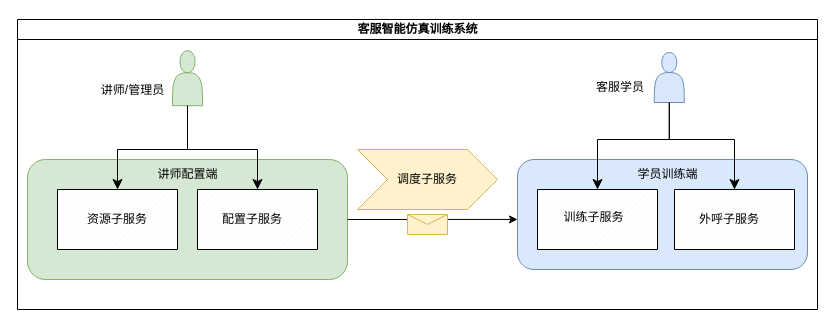
cgshao02/graduation_picture keeps this draw.io diagram as 功能图.drawio. Above is the earlier version. Source tidied: cells renumbered, new cells numbered last; positions are measured from the earlier drawing's top-left corner, leaving out a move shared by most shapes. Both pictures are drawn from the tidied source at 100%, with x=0, y=0 at pixel (17, 19).
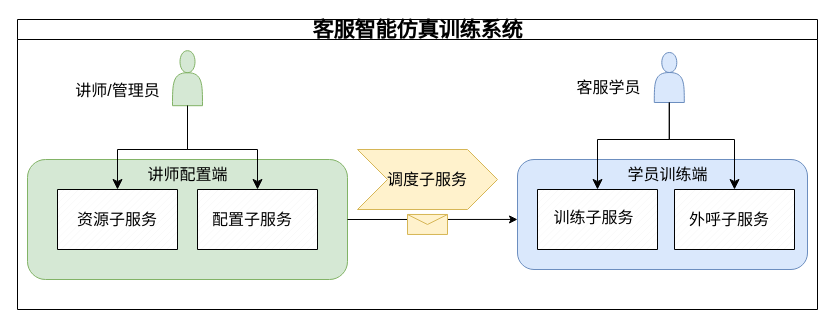
After the change.

Commit message:
更新功能图.drawio

The edit, as a diff of the source:
```diff
@@
-    <mxCell id="2" value="客服智能仿真训练系统" style="swimlane;html=1;startSize=20;horizontal=1;containerType=tree;glass=0;" parent="1" vertex="1">
+    <mxCell id="2" value="客服智能仿真训练系统" style="swimlane;html=1;startSize=20;horizontal=1;containerType=tree;glass=0;fontSize=21;" parent="1" vertex="1">
       <mxGeometry width="800" height="290" as="geometry" />
     </mxCell>
-    <mxCell id="3" style="html=1;shadow=0;dashed=0;align=center;verticalAlign=middle;shape=mxgraph.arrows2.arrow;dy=0;dx=30;notch=30;fillColor=#fff2cc;strokeColor=#d6b656;" parent="2" vertex="1">
+    <mxCell id="3" style="html=1;shadow=0;dashed=0;align=center;verticalAlign=middle;shape=mxgraph.arrows2.arrow;dy=0;dx=30;notch=30;fillColor=#fff2cc;strokeColor=#d6b656;fontSize=16;" parent="2" vertex="1">
       <mxGeometry x="340" y="130" width="140" height="60" as="geometry" />
     </mxCell>
-    <mxCell id="4" style="rounded=1;whiteSpace=wrap;html=1;fillColor=#dae8fc;strokeColor=#6c8ebf;" parent="2" vertex="1">
+    <mxCell id="4" style="rounded=1;whiteSpace=wrap;html=1;fillColor=#dae8fc;strokeColor=#6c8ebf;fontSize=16;" parent="2" vertex="1">
       <mxGeometry x="500" y="140" width="290" height="110" as="geometry" />
     </mxCell>
-    <mxCell id="5" value="调度子服务" style="text;html=1;align=center;verticalAlign=middle;whiteSpace=wrap;rounded=0;" parent="2" vertex="1">
+    <mxCell id="5" value="调度子服务" style="text;html=1;align=center;verticalAlign=middle;whiteSpace=wrap;rounded=0;fontSize=16;" parent="2" vertex="1">
       <mxGeometry x="365" y="145" width="90" height="30" as="geometry" />
     </mxCell>
-    <mxCell id="6" style="verticalLabelPosition=bottom;verticalAlign=top;html=1;shape=mxgraph.basic.patternFillRect;fillStyle=diag;step=5;fillStrokeWidth=0.2;fillStrokeColor=#dddddd;" parent="2" vertex="1">
+    <mxCell id="6" style="verticalLabelPosition=bottom;verticalAlign=top;html=1;shape=mxgraph.basic.patternFillRect;fillStyle=diag;step=5;fillStrokeWidth=0.2;fillStrokeColor=#dddddd;fontSize=16;" parent="2" vertex="1">
       <mxGeometry x="520" y="170" width="120" height="60" as="geometry" />
     </mxCell>
-    <mxCell id="7" value="训练子服务" style="text;html=1;align=center;verticalAlign=middle;whiteSpace=wrap;rounded=0;" parent="2" vertex="1">
+    <mxCell id="7" value="训练子服务" style="text;html=1;align=center;verticalAlign=middle;whiteSpace=wrap;rounded=0;fontSize=16;" parent="2" vertex="1">
       <mxGeometry x="530" y="180" width="93" height="35" as="geometry" />
     </mxCell>
-    <mxCell id="8" style="verticalLabelPosition=bottom;verticalAlign=top;html=1;shape=mxgraph.basic.patternFillRect;fillStyle=diag;step=5;fillStrokeWidth=0.2;fillStrokeColor=#dddddd;" parent="2" vertex="1">
+    <mxCell id="8" style="verticalLabelPosition=bottom;verticalAlign=top;html=1;shape=mxgraph.basic.patternFillRect;fillStyle=diag;step=5;fillStrokeWidth=0.2;fillStrokeColor=#dddddd;fontSize=16;" parent="2" vertex="1">
       <mxGeometry x="657" y="170" width="120" height="60" as="geometry" />
     </mxCell>
-    <mxCell id="9" value="外呼子服务" style="text;html=1;align=center;verticalAlign=middle;whiteSpace=wrap;rounded=0;" parent="2" vertex="1">
+    <mxCell id="9" value="外呼子服务" style="text;html=1;align=center;verticalAlign=middle;whiteSpace=wrap;rounded=0;fontSize=16;" parent="2" vertex="1">
       <mxGeometry x="667" y="185" width="90" height="30" as="geometry" />
     </mxCell>
-    <mxCell id="10" style="shape=actor;whiteSpace=wrap;html=1;fillColor=#d5e8d4;strokeColor=#82b366;" parent="2" vertex="1">
+    <mxCell id="10" style="shape=actor;whiteSpace=wrap;html=1;fillColor=#d5e8d4;strokeColor=#82b366;fontSize=16;" parent="2" vertex="1">
       <mxGeometry x="155" y="31.2" width="30" height="55" as="geometry" />
     </mxCell>
-    <mxCell id="11" style="shape=actor;whiteSpace=wrap;html=1;fillColor=#dae8fc;strokeColor=#6c8ebf;" parent="2" vertex="1">
+    <mxCell id="11" style="shape=actor;whiteSpace=wrap;html=1;fillColor=#dae8fc;strokeColor=#6c8ebf;fontSize=16;" parent="2" vertex="1">
       <mxGeometry x="636.8" y="33" width="30" height="50" as="geometry" />
     </mxCell>
-    <mxCell id="12" value="学员训练端" style="text;html=1;align=center;verticalAlign=middle;strokeColor=none;fillColor=none;" parent="2" vertex="1">
-      <mxGeometry x="610" y="140" width="80" height="30" as="geometry" />
+    <mxCell id="12" value="学员训练端" style="text;html=1;align=center;verticalAlign=middle;strokeColor=none;fillColor=none;fontSize=16;" parent="2" vertex="1">
+      <mxGeometry x="600" y="140" width="100" height="30" as="geometry" />
     </mxCell>
-    <mxCell id="13" style="rounded=1;whiteSpace=wrap;html=1;fillColor=#d5e8d4;strokeColor=#82b366;" parent="2" vertex="1">
+    <mxCell id="13" style="rounded=1;whiteSpace=wrap;html=1;fillColor=#d5e8d4;strokeColor=#82b366;fontSize=16;" parent="2" vertex="1">
       <mxGeometry x="10" y="140" width="320" height="120" as="geometry" />
     </mxCell>
-    <mxCell id="14" style="verticalLabelPosition=bottom;verticalAlign=top;html=1;shape=mxgraph.basic.patternFillRect;fillStyle=diag;step=5;fillStrokeWidth=0.2;fillStrokeColor=#dddddd;" parent="2" vertex="1">
+    <mxCell id="14" style="verticalLabelPosition=bottom;verticalAlign=top;html=1;shape=mxgraph.basic.patternFillRect;fillStyle=diag;step=5;fillStrokeWidth=0.2;fillStrokeColor=#dddddd;fontSize=16;" parent="2" vertex="1">
       <mxGeometry x="40" y="170" width="120" height="60" as="geometry" />
     </mxCell>
-    <mxCell id="15" value="资源子服务" style="text;html=1;align=center;verticalAlign=middle;whiteSpace=wrap;rounded=0;" parent="2" vertex="1">
+    <mxCell id="15" value="资源子服务" style="text;html=1;align=center;verticalAlign=middle;whiteSpace=wrap;rounded=0;fontSize=16;" parent="2" vertex="1">
       <mxGeometry x="55" y="185" width="90" height="30" as="geometry" />
     </mxCell>
-    <mxCell id="16" style="verticalLabelPosition=bottom;verticalAlign=top;html=1;shape=mxgraph.basic.patternFillRect;fillStyle=diag;step=5;fillStrokeWidth=0.2;fillStrokeColor=#dddddd;" parent="2" vertex="1">
+    <mxCell id="16" style="verticalLabelPosition=bottom;verticalAlign=top;html=1;shape=mxgraph.basic.patternFillRect;fillStyle=diag;step=5;fillStrokeWidth=0.2;fillStrokeColor=#dddddd;fontSize=16;" parent="2" vertex="1">
       <mxGeometry x="180" y="170" width="120" height="60" as="geometry" />
     </mxCell>
-    <mxCell id="17" value="配置子服务" style="text;html=1;align=center;verticalAlign=middle;whiteSpace=wrap;rounded=0;" parent="2" vertex="1">
+    <mxCell id="17" value="配置子服务" style="text;html=1;align=center;verticalAlign=middle;whiteSpace=wrap;rounded=0;fontSize=16;" parent="2" vertex="1">
       <mxGeometry x="190" y="185" width="90" height="30" as="geometry" />
     </mxCell>
-    <mxCell id="18" value="讲师配置端" style="text;html=1;align=center;verticalAlign=middle;strokeColor=none;fillColor=none;" parent="2" vertex="1">
-      <mxGeometry x="130" y="140" width="80" height="30" as="geometry" />
+    <mxCell id="18" value="讲师配置端" style="text;html=1;align=center;verticalAlign=middle;strokeColor=none;fillColor=none;fontSize=16;" parent="2" vertex="1">
+      <mxGeometry x="120" y="140" width="100" height="30" as="geometry" />
     </mxCell>
-    <mxCell id="19" value="客服学员" style="text;html=1;align=center;verticalAlign=middle;whiteSpace=wrap;rounded=0;" parent="2" vertex="1">
-      <mxGeometry x="573.2" y="53" width="60" height="30" as="geometry" />
+    <mxCell id="19" value="客服学员" style="text;html=1;align=center;verticalAlign=middle;whiteSpace=wrap;rounded=0;fontSize=16;" parent="2" vertex="1">
+      <mxGeometry x="550" y="53" width="83.2" height="30" as="geometry" />
     </mxCell>
-    <mxCell id="20" style="endArrow=classic;html=1;rounded=0;exitX=1;exitY=0.5;exitDx=0;exitDy=0;entryX=0;entryY=0.545;entryDx=0;entryDy=0;entryPerimeter=0;" parent="2" edge="1" source="13" target="4">
+    <mxCell id="20" style="endArrow=classic;html=1;rounded=0;exitX=1;exitY=0.5;exitDx=0;exitDy=0;entryX=0;entryY=0.545;entryDx=0;entryDy=0;entryPerimeter=0;fontSize=16;" parent="2" edge="1" source="13" target="4">
       <mxGeometry relative="1" as="geometry" />
     </mxCell>
-    <mxCell id="21" style="shape=message;html=1;fillColor=#fff2cc;strokeColor=#d6b656;" parent="20" vertex="1">
+    <mxCell id="21" style="shape=message;html=1;fillColor=#fff2cc;strokeColor=#d6b656;fontSize=16;" parent="20" vertex="1">
       <mxGeometry width="40" height="20" relative="1" as="geometry">
         <mxPoint x="-25" y="-5" as="offset" />
       </mxGeometry>
     </mxCell>
-    <mxCell id="22" value="讲师/管理员" style="text;html=1;align=center;verticalAlign=middle;strokeColor=none;fillColor=none;" parent="2" vertex="1">
-      <mxGeometry x="70" y="56.2" width="90" height="30" as="geometry" />
+    <mxCell id="22" value="讲师/管理员" style="text;html=1;align=center;verticalAlign=middle;strokeColor=none;fillColor=none;fontSize=16;" parent="2" vertex="1">
+      <mxGeometry x="45" y="56.2" width="110" height="30" as="geometry" />
     </mxCell>
-    <mxCell id="23" style="edgeStyle=segmentEdgeStyle;endArrow=classic;html=1;curved=0;rounded=0;endSize=8;startSize=8;exitX=0.5;exitY=1;exitDx=0;exitDy=0;entryX=0.5;entryY=0;entryDx=0;entryDy=0;entryPerimeter=0;" parent="2" edge="1" source="10" target="16">
+    <mxCell id="23" style="edgeStyle=segmentEdgeStyle;endArrow=classic;html=1;curved=0;rounded=0;endSize=8;startSize=8;exitX=0.5;exitY=1;exitDx=0;exitDy=0;entryX=0.5;entryY=0;entryDx=0;entryDy=0;entryPerimeter=0;fontSize=16;" parent="2" edge="1" source="10" target="16">
       <mxGeometry relative="1" as="geometry">
         <Array as="points">
           <mxPoint x="170" y="130" />
           <mxPoint x="240" y="130" />
         </Array>
       </mxGeometry>
     </mxCell>
-    <mxCell id="24" style="edgeStyle=elbowEdgeStyle;elbow=vertical;endArrow=classic;html=1;curved=0;rounded=0;endSize=8;startSize=8;exitX=0.5;exitY=1;exitDx=0;exitDy=0;entryX=0.5;entryY=0;entryDx=0;entryDy=0;entryPerimeter=0;" parent="2" edge="1" source="10" target="14">
+    <mxCell id="24" style="edgeStyle=elbowEdgeStyle;elbow=vertical;endArrow=classic;html=1;curved=0;rounded=0;endSize=8;startSize=8;exitX=0.5;exitY=1;exitDx=0;exitDy=0;entryX=0.5;entryY=0;entryDx=0;entryDy=0;entryPerimeter=0;fontSize=16;" parent="2" edge="1" source="10" target="14">
       <mxGeometry relative="1" as="geometry">
         <Array as="points">
           <mxPoint x="130" y="130" />
         </Array>
       </mxGeometry>
     </mxCell>
-    <mxCell id="25" style="edgeStyle=segmentEdgeStyle;endArrow=classic;html=1;curved=0;rounded=0;endSize=8;startSize=8;exitX=0.5;exitY=1;exitDx=0;exitDy=0;entryX=0.5;entryY=0;entryDx=0;entryDy=0;entryPerimeter=0;" parent="2" edge="1" source="11" target="8">
+    <mxCell id="25" style="edgeStyle=segmentEdgeStyle;endArrow=classic;html=1;curved=0;rounded=0;endSize=8;startSize=8;exitX=0.5;exitY=1;exitDx=0;exitDy=0;entryX=0.5;entryY=0;entryDx=0;entryDy=0;entryPerimeter=0;fontSize=16;" parent="2" edge="1" source="11" target="8">
       <mxGeometry relative="1" as="geometry">
         <Array as="points">
           <mxPoint x="652" y="120" />
           <mxPoint x="717" y="120" />
         </Array>
       </mxGeometry>
     </mxCell>
-    <mxCell id="26" style="edgeStyle=segmentEdgeStyle;endArrow=classic;html=1;curved=0;rounded=0;endSize=8;startSize=8;exitX=0.5;exitY=1;exitDx=0;exitDy=0;entryX=0.5;entryY=0;entryDx=0;entryDy=0;entryPerimeter=0;" parent="2" edge="1" source="11" target="6">
+    <mxCell id="26" style="edgeStyle=segmentEdgeStyle;endArrow=classic;html=1;curved=0;rounded=0;endSize=8;startSize=8;exitX=0.5;exitY=1;exitDx=0;exitDy=0;entryX=0.5;entryY=0;entryDx=0;entryDy=0;entryPerimeter=0;fontSize=16;" parent="2" edge="1" source="11" target="6">
       <mxGeometry relative="1" as="geometry">
         <Array as="points">
           <mxPoint x="652" y="120" />
           <mxPoint x="580" y="120" />
         </Array>
       </mxGeometry>
     </mxCell>
```
